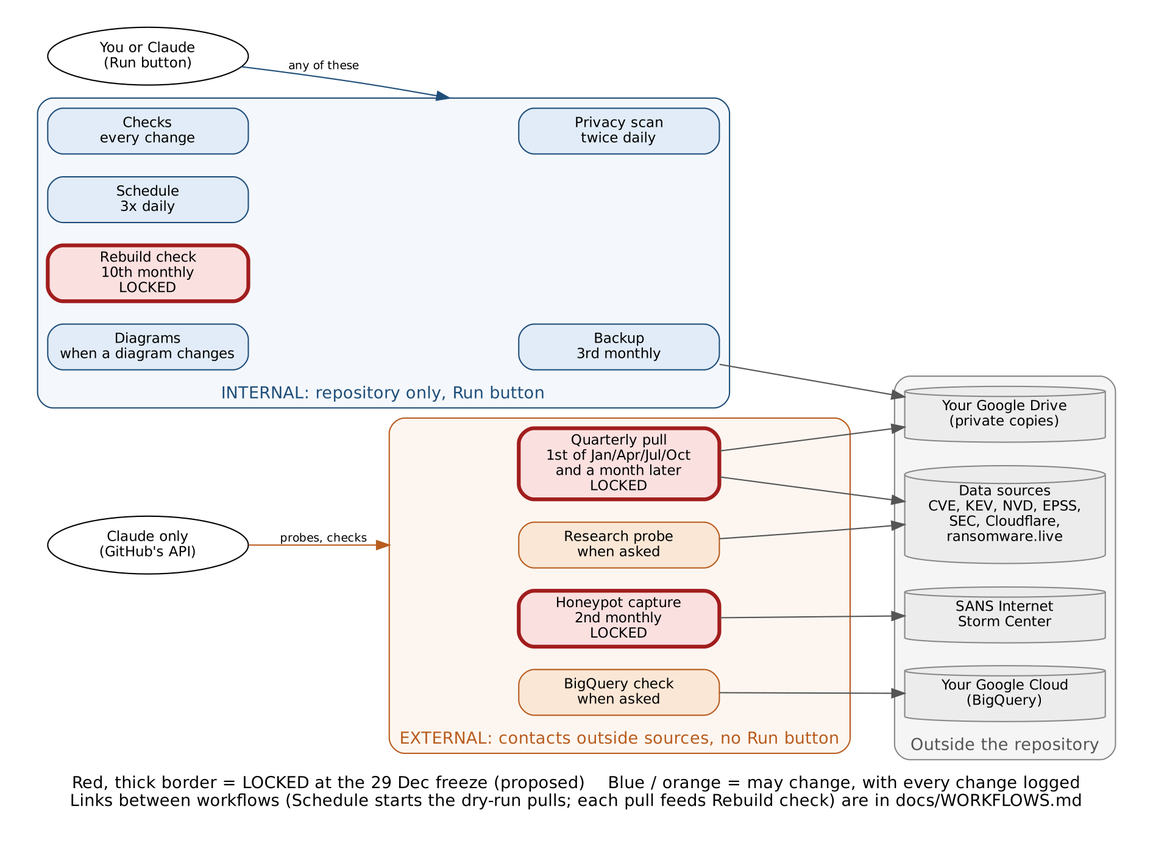
Before: docs/diagrams/workflow_runs.png, a diagram exported from Graphviz (pagagne/internet-security-snapshot). Its source is kept beside it as docs/diagrams/workflow_runs.dot. The source it was exported from:
```dot
digraph workflows {
  graph [rankdir=LR, fontname="Helvetica", fontsize=13, nodesep=0.25, ranksep=0.7, newrank=true, compound=true, pad=0.3,
         label="Red, thick border = LOCKED at the 29 Dec freeze (proposed)    Blue / orange = may change, with every change logged\nLinks between workflows (Schedule starts the dry-run pulls; each pull feeds Rebuild check) are in docs/WORKFLOWS.md",
         labelloc=b];
  node  [fontname="Helvetica", fontsize=11, shape=box, style="rounded,filled", width=2.2];
  edge  [fontname="Helvetica", fontsize=9, color="#555555"];

  you    [label="You or Claude\n(Run button)", shape=oval, fillcolor="#ffffff"];
  claude [label="Claude only\n(GitHub's API)", shape=oval, fillcolor="#ffffff"];

  subgraph cluster_int {
    label="INTERNAL: repository only, Run button"; style="rounded,filled"; fillcolor="#f4f8fd"; color="#1f4e79"; fontcolor="#1f4e79";
    node [fillcolor="#e1ecf8", color="#1f4e79"];
    checks  [label="Checks\nevery change"];
    privacy [label="Privacy scan\ntwice daily"];
    sched   [label="Schedule\n3x daily"];
    rebuild [label="Rebuild check\n10th monthly\nLOCKED", fillcolor="#fbe0e0", color="#a11d1d", penwidth=3];
    diag    [label="Diagrams\nwhen a diagram changes"];
    backup  [label="Backup\n3rd monthly"];
  }

  subgraph cluster_ext {
    label="EXTERNAL: contacts outside sources, no Run button"; style="rounded,filled"; fillcolor="#fdf6f0"; color="#b85c1e"; fontcolor="#b85c1e";
    node [fillcolor="#fbe7d6", color="#b85c1e"];
    pull  [label="Quarterly pull\n1st of Jan/Apr/Jul/Oct\nand a month later\nLOCKED", fillcolor="#fbe0e0", color="#a11d1d", penwidth=3];
    honey [label="Honeypot capture\n2nd monthly\nLOCKED", fillcolor="#fbe0e0", color="#a11d1d", penwidth=3];
    probe [label="Research probe\nwhen asked"];
    bq    [label="BigQuery check\nwhen asked"];
  }

  subgraph cluster_out {
    label="Outside the repository"; style="rounded,filled"; fillcolor="#f5f5f5"; color="#888888"; fontcolor="#555555";
    node [shape=cylinder, fillcolor="#ececec", color="#888888", style=filled];
    sources [label="Data sources\nCVE, KEV, NVD, EPSS,\nSEC, Cloudflare,\nransomware.live"];
    sans    [label="SANS Internet\nStorm Center"];
    gcp     [label="Your Google Cloud\n(BigQuery)"];
    drive   [label="Your Google Drive\n(private copies)"];
  }

  { rank=same; you; claude; }
    { rank=same; sources; sans; gcp; drive; }
  you -> privacy [lhead=cluster_int, color="#1f4e79", label="any of these"];
  claude -> probe [lhead=cluster_ext, color="#b85c1e", label="probes, checks"];
  pull -> sources; pull -> drive; probe -> sources; honey -> sans; bq -> gcp; backup -> drive;
}
```
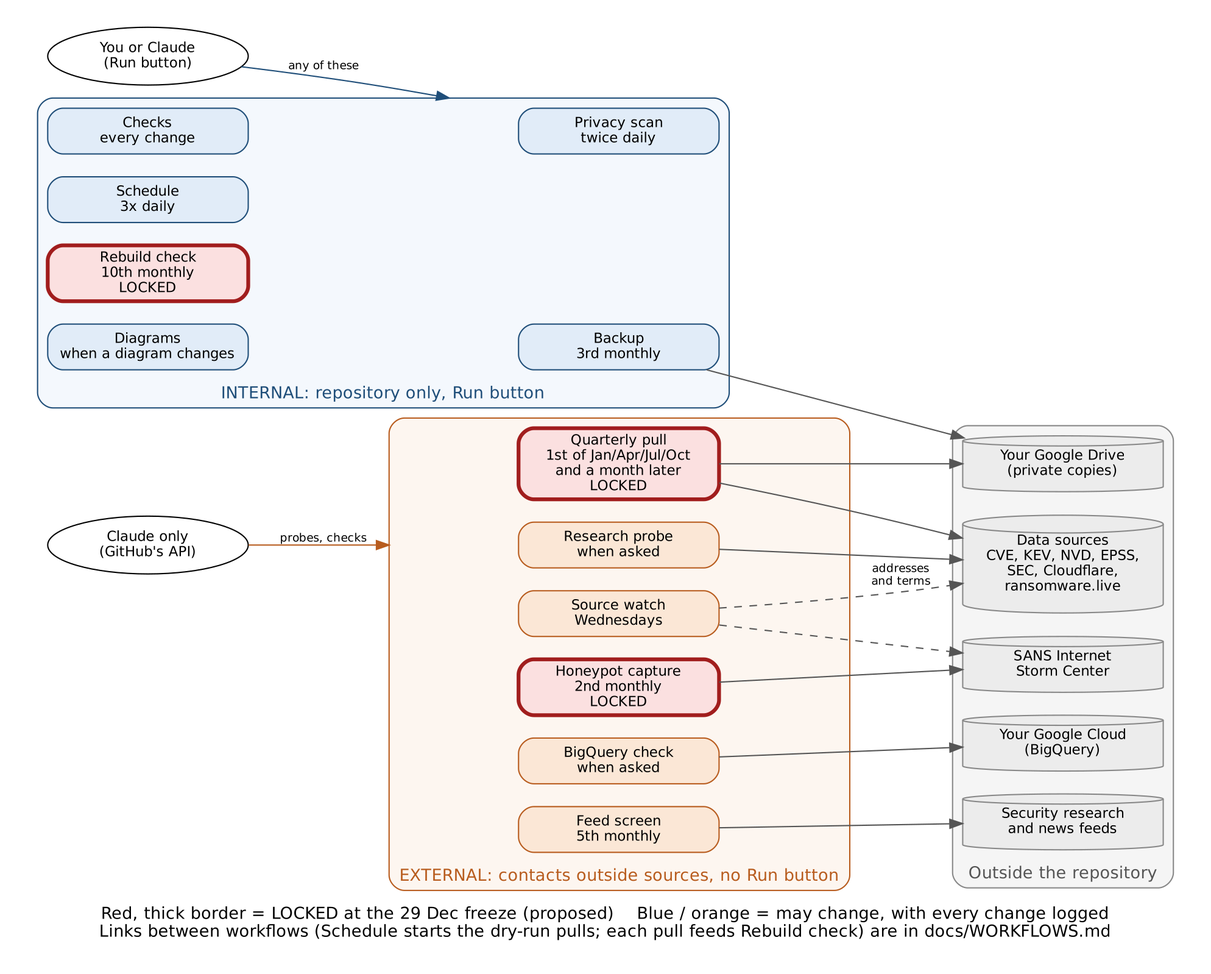
The same diagram one commit later.

The edit, as a diff of the source:
```diff
@@ -26,6 +26,8 @@
     honey [label="Honeypot capture\n2nd monthly\nLOCKED", fillcolor="#fbe0e0", color="#a11d1d", penwidth=3];
     probe [label="Research probe\nwhen asked"];
     bq    [label="BigQuery check\nwhen asked"];
+    feeds [label="Feed screen\n5th monthly"];
+    watch [label="Source watch\nWednesdays"];
   }
 
   subgraph cluster_out {
@@ -35,11 +37,12 @@
     sans    [label="SANS Internet\nStorm Center"];
     gcp     [label="Your Google Cloud\n(BigQuery)"];
     drive   [label="Your Google Drive\n(private copies)"];
+    news    [label="Security research\nand news feeds"];
   }
 
   { rank=same; you; claude; }
-    { rank=same; sources; sans; gcp; drive; }
+    { rank=same; sources; sans; gcp; drive; news; }
   you -> privacy [lhead=cluster_int, color="#1f4e79", label="any of these"];
   claude -> probe [lhead=cluster_ext, color="#b85c1e", label="probes, checks"];
-  pull -> sources; pull -> drive; probe -> sources; honey -> sans; bq -> gcp; backup -> drive;
+  pull -> sources; pull -> drive; probe -> sources; honey -> sans; bq -> gcp; backup -> drive; feeds -> news; watch -> sources [style=dashed, label="addresses\nand terms"]; watch -> sans [style=dashed];
 }
```
